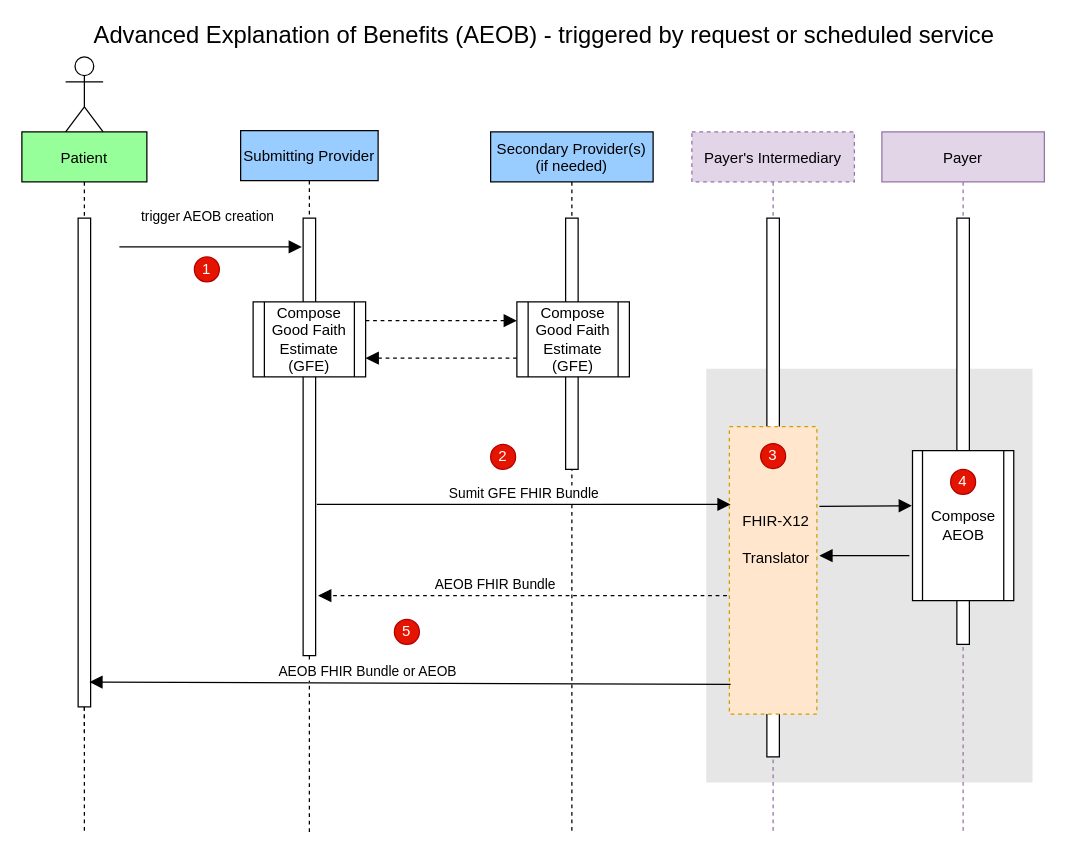
Above: input/images/AEOB-interaction.drawio in HL7/davinci-pct (draw.io), before the change. Source tidied: cells renumbered, new cells numbered last; positions are measured from the earlier drawing's top-left corner, leaving out a move shared by most shapes. Both pictures are drawn from the tidied source at 125%, with x=0, y=0 at pixel (21, 22).
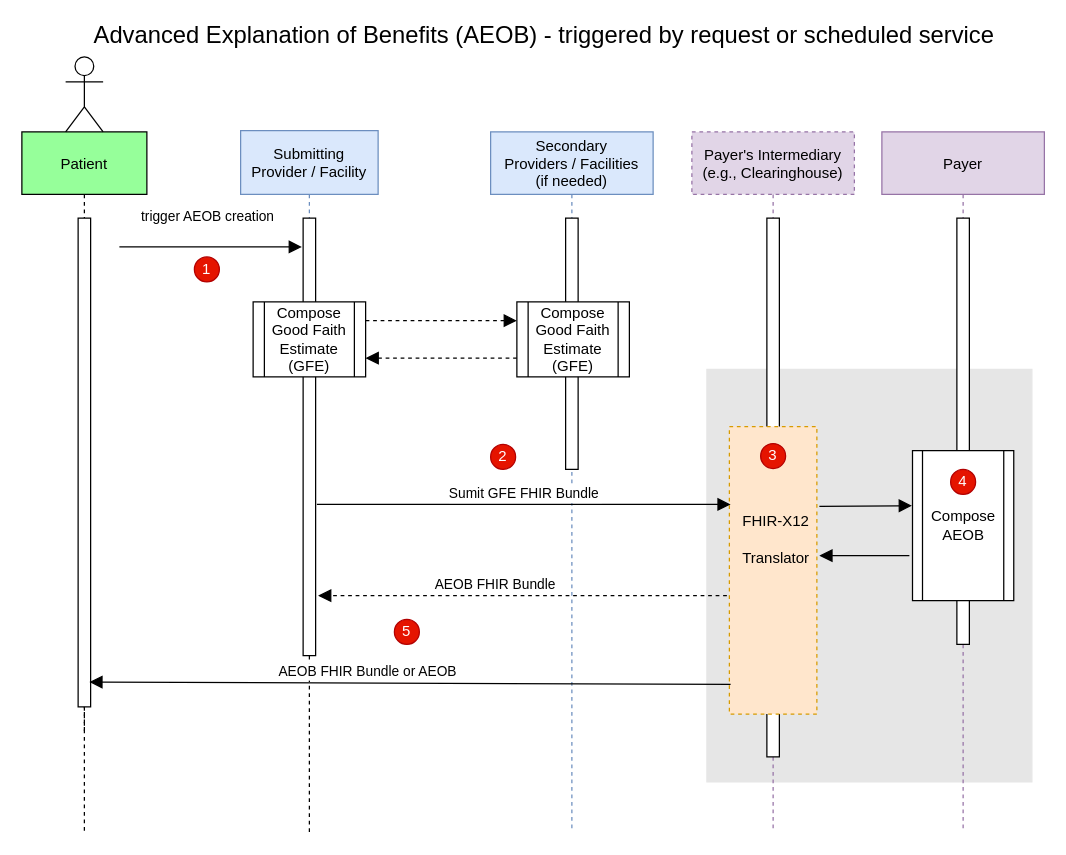
Above is the later version.

Diff of the diagram source:
```diff
@@
-    <mxCell id="2" value="Patient" style="shape=umlLifeline;perimeter=lifelinePerimeter;rounded=0;shadow=0;strokeWidth=1;fillColor=#96FF9A;" parent="1" vertex="1">
+    <mxCell id="2" value="Patient" style="shape=umlLifeline;perimeter=lifelinePerimeter;rounded=0;shadow=0;strokeWidth=1;fillColor=#96FF9A;size=50;" parent="1" vertex="1">
       <mxGeometry y="87" width="100" height="480" as="geometry" />
     </mxCell>
@@
-    <mxCell id="4" value="Submitting Provider" style="shape=umlLifeline;perimeter=lifelinePerimeter;rounded=0;shadow=0;strokeWidth=1;fillColor=#99CCFF;" parent="1" vertex="1">
+    <mxCell id="4" value="Submitting &#10;Provider / Facility" style="shape=umlLifeline;perimeter=lifelinePerimeter;rounded=0;shadow=0;strokeWidth=1;fillColor=#dae8fc;size=51;strokeColor=#6c8ebf;" parent="1" vertex="1">
       <mxGeometry x="175" y="86" width="110" height="420" as="geometry" />
     </mxCell>
@@
-    <mxCell id="6" value="Secondary Provider(s) &#10;(if needed)" style="shape=umlLifeline;perimeter=lifelinePerimeter;rounded=0;shadow=0;strokeWidth=1;fillColor=#99CCFF;" parent="1" vertex="1">
+    <mxCell id="6" value="Secondary&#10;Providers / Facilities&#10;(if needed)" style="shape=umlLifeline;perimeter=lifelinePerimeter;rounded=0;shadow=0;strokeWidth=1;fillColor=#dae8fc;size=50;strokeColor=#6c8ebf;" parent="1" vertex="1">
       <mxGeometry x="375" y="87" width="130" height="560" as="geometry" />
     </mxCell>
@@
-    <mxCell id="21" value="Payer's Intermediary" style="shape=umlLifeline;perimeter=lifelinePerimeter;rounded=0;shadow=0;strokeWidth=1;fillColor=#e1d5e7;strokeColor=#9673a6;dashed=1;" parent="1" vertex="1">
+    <mxCell id="21" value="Payer's Intermediary&#10;(e.g., Clearinghouse)" style="shape=umlLifeline;perimeter=lifelinePerimeter;rounded=0;shadow=0;strokeWidth=1;fillColor=#e1d5e7;strokeColor=#9673a6;dashed=1;size=50;" parent="1" vertex="1">
       <mxGeometry x="536" y="87" width="130" height="560" as="geometry" />
     </mxCell>
@@
-    <mxCell id="23" value="Payer" style="shape=umlLifeline;perimeter=lifelinePerimeter;rounded=0;shadow=0;strokeWidth=1;fillColor=#e1d5e7;strokeColor=#9673a6;" parent="1" vertex="1">
+    <mxCell id="23" value="Payer" style="shape=umlLifeline;perimeter=lifelinePerimeter;rounded=0;shadow=0;strokeWidth=1;fillColor=#e1d5e7;strokeColor=#9673a6;size=50;" parent="1" vertex="1">
       <mxGeometry x="688" y="87" width="130" height="560" as="geometry" />
     </mxCell>
```
